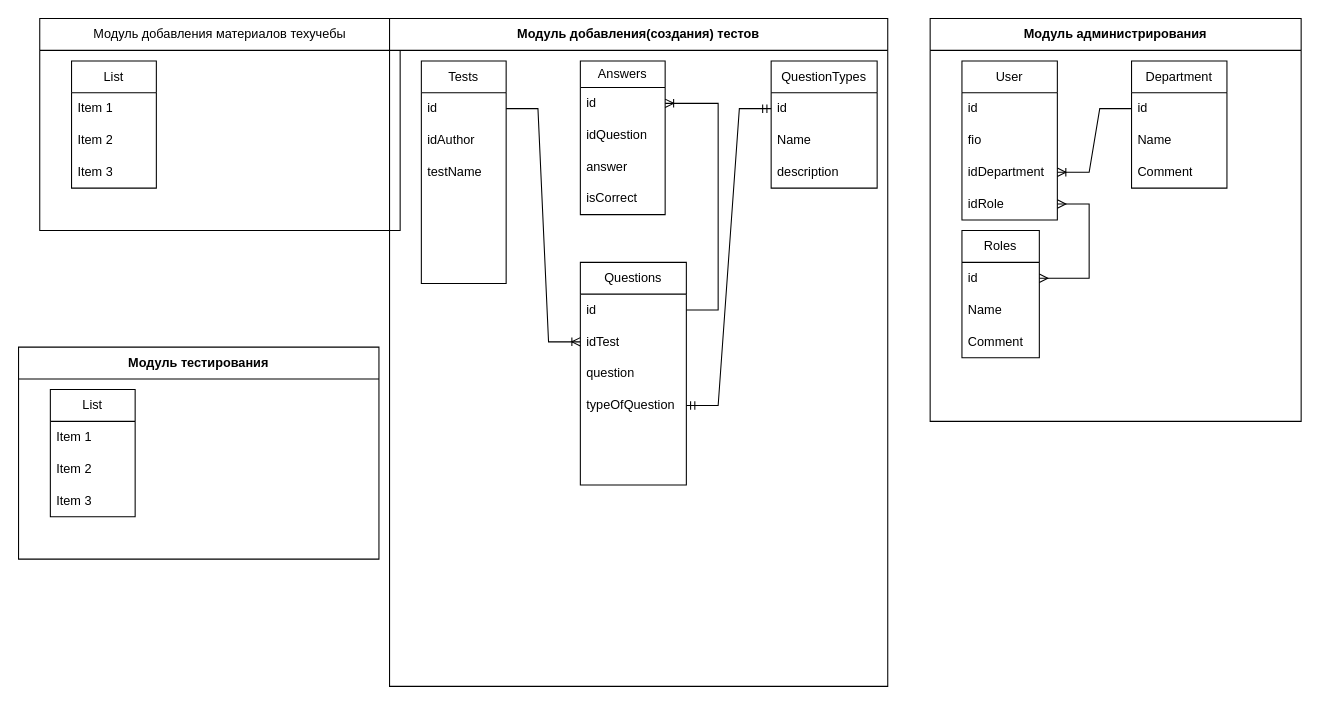
Above: техучеба.drawio in djbobah/technica-studies (draw.io), before the change. Source tidied: cells renumbered, new cells numbered last; positions are measured from the earlier drawing's top-left corner, leaving out a move shared by most shapes. Both pictures are drawn from the tidied source at 106%, with x=0, y=0 at pixel (18, 18).
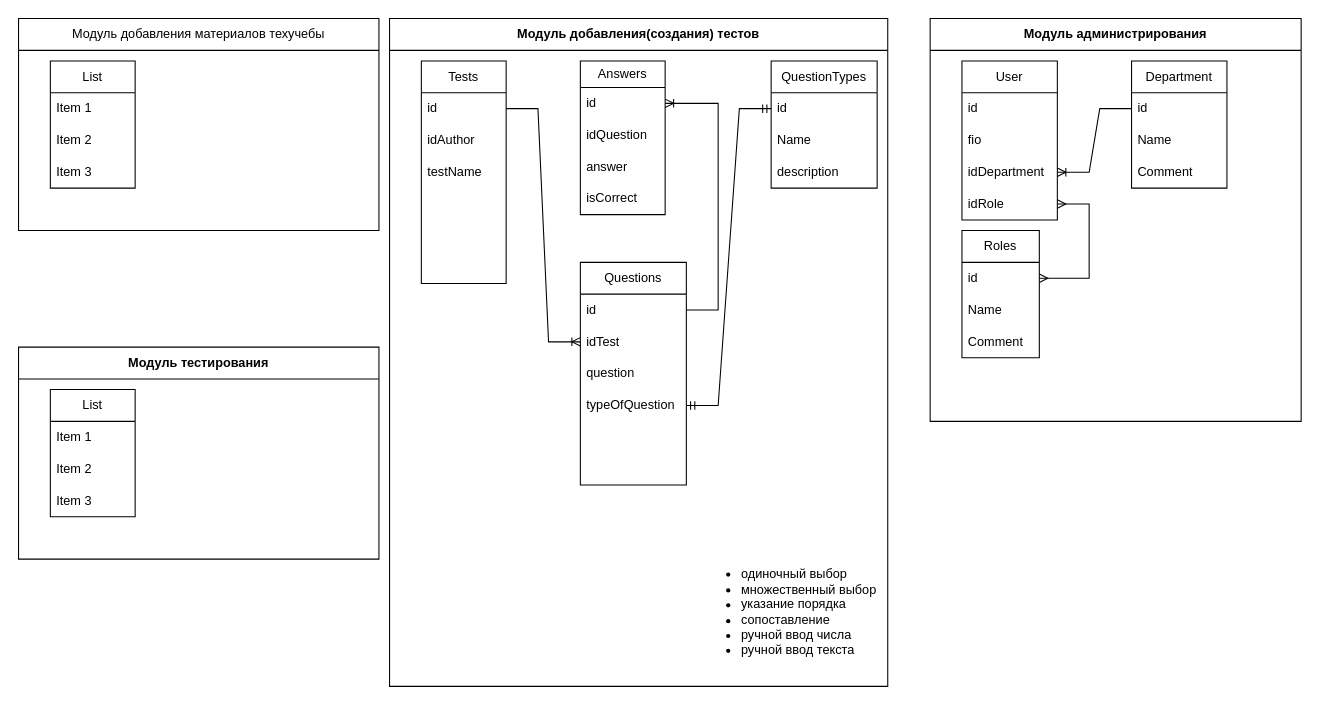
The same page after the edit.

Unchanged cells that the change refers to:
```xml
<mxCell id="7" value="Модуль добавления(создания) тестов" style="swimlane;whiteSpace=wrap;html=1;startSize=30;" parent="1" vertex="1">
  <mxGeometry x="350" width="470" height="630" as="geometry" />
</mxCell>
```

The edit, as a diff of the source:
```diff
@@
     <mxCell id="2" value="Модуль добавления материалов техучебы" style="swimlane;whiteSpace=wrap;html=1;startSize=30;fontStyle=0;" parent="1" vertex="1">
-      <mxGeometry x="20" width="340" height="200" as="geometry" />
+      <mxGeometry width="340" height="200" as="geometry" />
     </mxCell>
@@
+    <mxCell id="55" value="&lt;ul&gt;&lt;li&gt;одиночный выбор&lt;/li&gt;&lt;li&gt;множественный выбор&lt;/li&gt;&lt;li&gt;указание порядка&lt;/li&gt;&lt;li&gt;сопоставление&lt;/li&gt;&lt;li&gt;ручной ввод числа&lt;/li&gt;&lt;li&gt;ручной ввод текста&lt;/li&gt;&lt;/ul&gt;" style="text;strokeColor=none;fillColor=none;html=1;whiteSpace=wrap;verticalAlign=middle;overflow=hidden;" parent="7" vertex="1">
+      <mxGeometry x="290" y="500" width="170" height="120" as="geometry" />
+    </mxCell>
```
